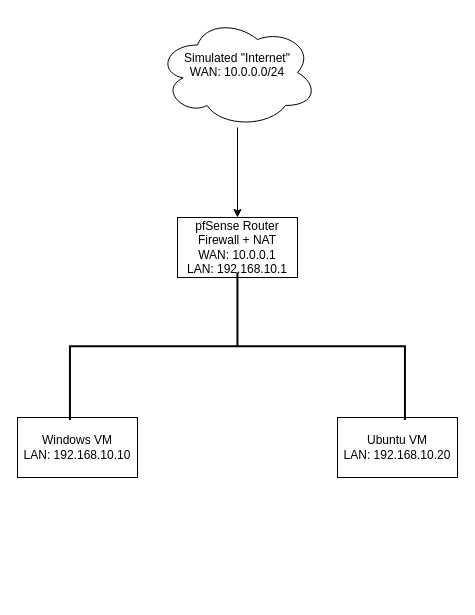
Above: screenshots/network-diagram/Network Diagram.drawio in FredrikLahti/Mini-Enterprise-Network (draw.io), before the change. Source tidied: cells renumbered, new cells numbered last; positions are measured from the earlier drawing's top-left corner, leaving out a move shared by most shapes. Both pictures are drawn from the tidied source at 100%, with x=0, y=0 at pixel (17, 17).
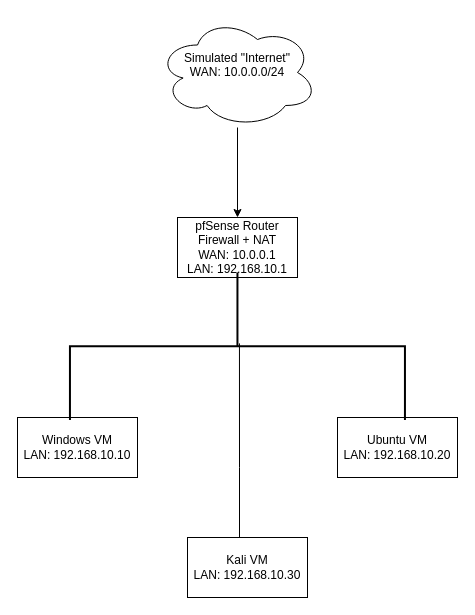
Above is the later version.

Commit message (it also covers changes not shown here):
Add Firewall document with rules. Add screenshots for VM specs. Add network diagram (need to update with Kali later). Add Kali to host-system markdown.

Change to the diagram source:
```diff
@@
 <mxGraphModel>
   <root>
     <mxCell id="0" />
     <mxCell id="1" parent="0" />
     <mxCell id="2" value="&lt;div&gt;Simulated &quot;Internet&quot;&lt;/div&gt;WAN: 10.0.0.0/24&lt;div&gt;&lt;br&gt;&lt;/div&gt;" style="ellipse;shape=cloud;whiteSpace=wrap;html=1;" parent="1" vertex="1">
       <mxGeometry x="140" width="160" height="110" as="geometry" />
     </mxCell>
     <mxCell id="3" value="pfSense Router&lt;div&gt;Firewall + NAT&lt;/div&gt;&lt;div&gt;WAN: 10.0.0.1&lt;br&gt;&lt;div&gt;LAN: 192.168.10.1&lt;/div&gt;&lt;/div&gt;" style="rounded=0;whiteSpace=wrap;html=1;" parent="1" vertex="1">
       <mxGeometry x="160" y="200" width="120" height="60" as="geometry" />
     </mxCell>
     <mxCell id="4" value="Windows VM&lt;div&gt;LAN: 192.168.10.10&lt;/div&gt;" style="rounded=0;whiteSpace=wrap;html=1;" parent="1" vertex="1">
       <mxGeometry y="400" width="120" height="60" as="geometry" />
     </mxCell>
     <mxCell id="5" value="Ubuntu VM&lt;div&gt;LAN: 192.168.10.20&lt;/div&gt;" style="rounded=0;whiteSpace=wrap;html=1;" parent="1" vertex="1">
       <mxGeometry x="320" y="400" width="120" height="60" as="geometry" />
     </mxCell>
     <mxCell id="6" style="strokeWidth=2;html=1;shape=mxgraph.flowchart.annotation_2;align=left;labelPosition=right;rotation=90;" parent="1" vertex="1">
       <mxGeometry x="146.2" y="161.2" width="147.5" height="335" as="geometry" />
     </mxCell>
     <mxCell id="7" style="endArrow=classic;html=1;rounded=0;entryX=0.5;entryY=0;entryDx=0;entryDy=0;" parent="1" edge="1" source="2" target="3">
       <mxGeometry relative="1" as="geometry" />
     </mxCell>
+    <mxCell id="8" style="endArrow=none;html=1;rounded=0;exitX=0.481;exitY=0.494;exitDx=0;exitDy=0;exitPerimeter=0;" parent="1" edge="1" source="6">
+      <mxGeometry relative="1" as="geometry">
+        <mxPoint x="222" y="520" as="targetPoint" />
+        <Array as="points">
+          <mxPoint x="222" y="450" />
+        </Array>
+      </mxGeometry>
+    </mxCell>
+    <mxCell id="9" value="Kali VM&lt;div&gt;LAN: 192.168.10.30&lt;/div&gt;" style="rounded=0;whiteSpace=wrap;html=1;" parent="1" vertex="1">
+      <mxGeometry x="170" y="520" width="120" height="60" as="geometry" />
+    </mxCell>
   </root>
 </mxGraphModel>
```
